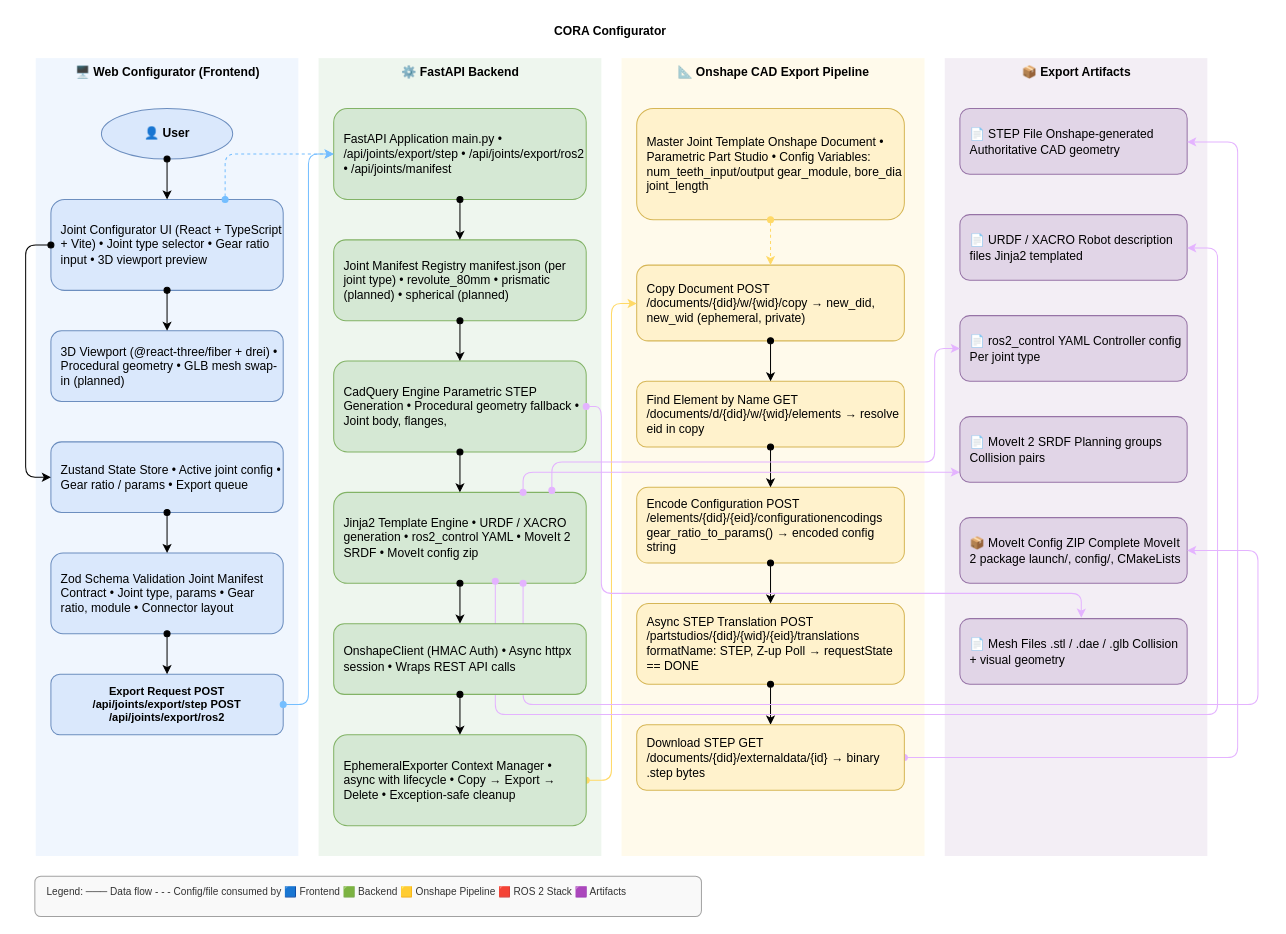
Earlier version of the draw.io diagram assets/DOC/cora_pipeline.drawio (C-O-R-A/configurator). Source tidied: cells renumbered, new cells numbered last; positions are measured from the earlier drawing's top-left corner, leaving out a move shared by most shapes. Both pictures are drawn from the tidied source at 101%, with x=0, y=0 at pixel (25, 17).
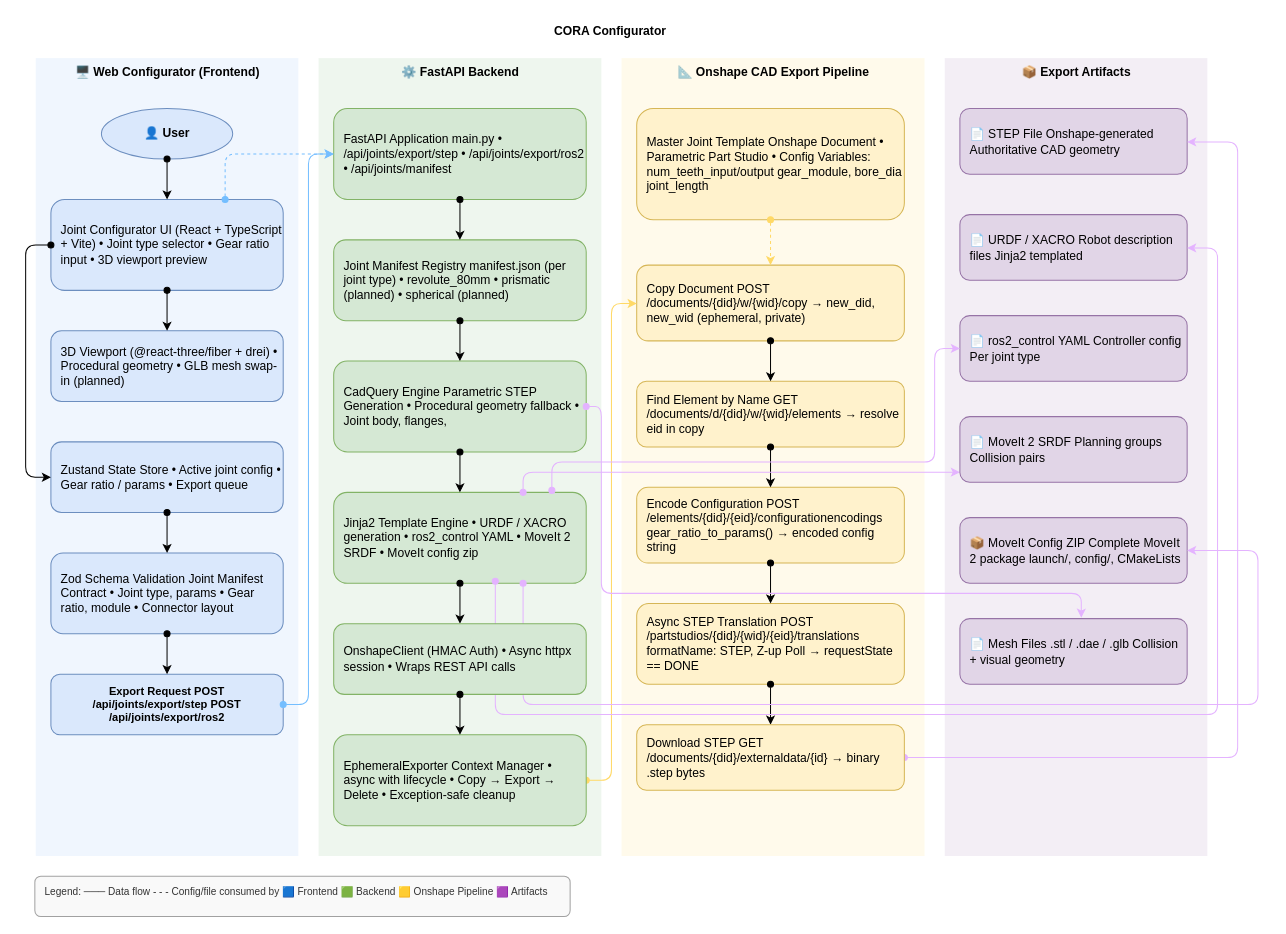
Above is the later version.

Diff of the diagram source:
```diff
@@
     <mxCell id="54" style="group;" parent="1" vertex="1">
-      <mxGeometry x="9" y="850" width="660" height="40" as="geometry" />
+      <mxGeometry x="9" y="850" width="530" height="40" as="geometry" />
     </mxCell>
     <mxCell id="55" style="rounded=1;whiteSpace=wrap;fillColor=#f5f5f5;strokeColor=#666666;opacity=60;" parent="54" vertex="1">
-      <mxGeometry width="660" height="40" as="geometry" />
+      <mxGeometry width="530" height="40" as="geometry" />
     </mxCell>
-    <mxCell id="56" value="Legend:  ─── Data flow     - - - Config/file consumed by     🟦 Frontend     🟩 Backend     🟨 Onshape Pipeline     🟥 ROS 2 Stack     🟪 Artifacts" style="text;html=1;strokeColor=none;fillColor=none;align=left;              verticalAlign=middle;fontSize=10;fontColor=#333333;" parent="54" vertex="1">
-      <mxGeometry x="10" y="3" width="600" height="34" as="geometry" />
+    <mxCell id="56" value="Legend:  ─── Data flow     - - - Config/file consumed by     🟦 Frontend     🟩 Backend     🟨 Onshape Pipeline 🟪 Artifacts" style="text;html=1;strokeColor=none;fillColor=none;align=left;              verticalAlign=middle;fontSize=10;fontColor=#333333;" parent="54" vertex="1">
+      <mxGeometry x="8" y="3" width="481.8" height="34" as="geometry" />
     </mxCell>
```
